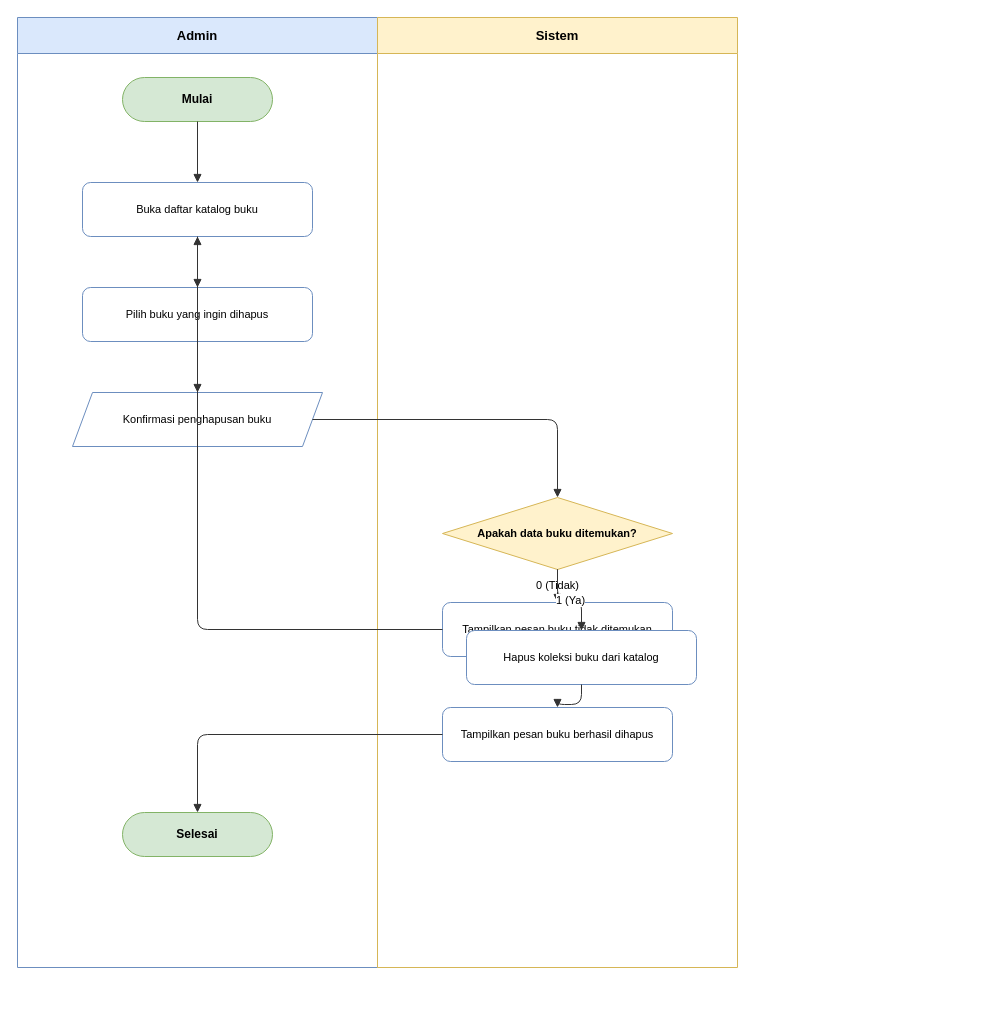
This is docs/diagrams/activity/activity-deletebook.drawio from dimstyle/ruang-baca, a draw.io file, before an edit. Source tidied: cells renumbered, new cells numbered last; positions are measured from the earlier drawing's top-left corner, leaving out a move shared by most shapes. Both pictures are drawn from the tidied source at 100%, with x=0, y=0 at pixel (17, 17).
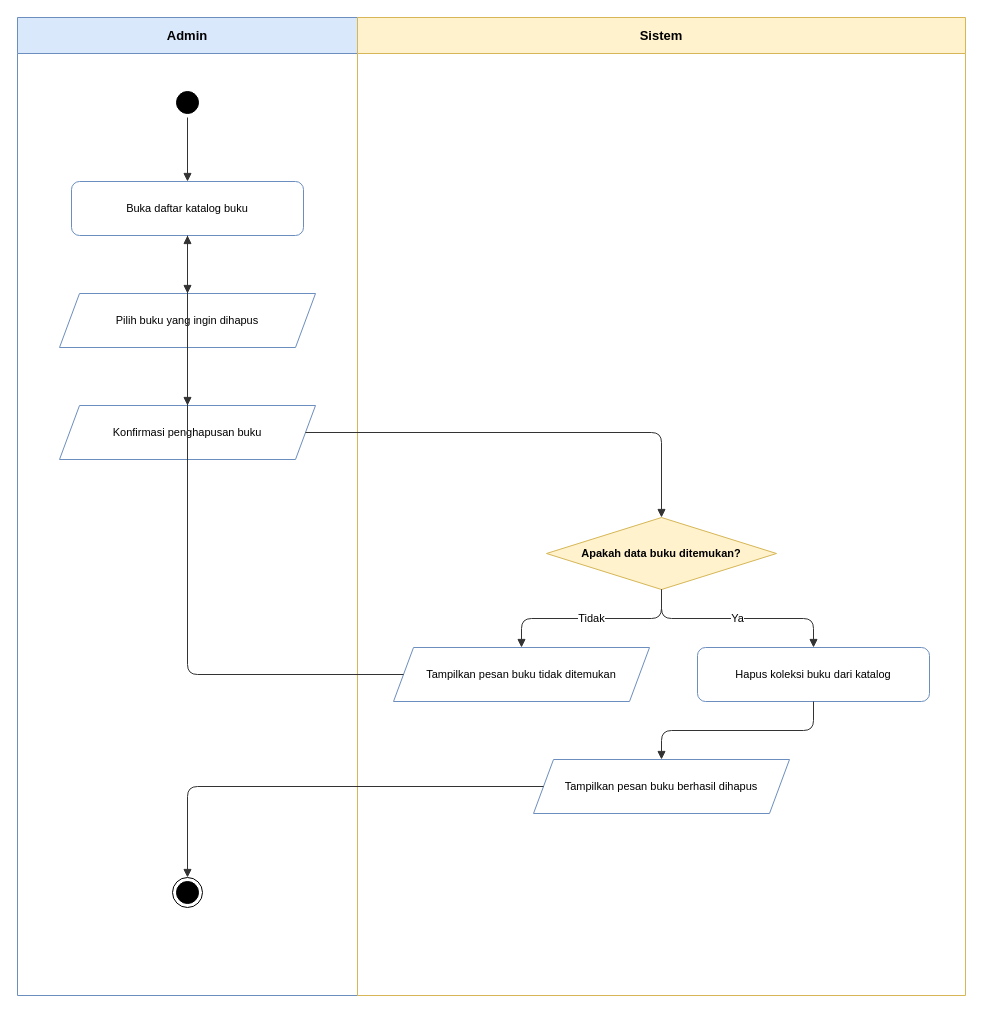
The same diagram, later.

The edit, as a diff of the source:
```diff
@@
     <mxCell id="2" value="Admin" style="swimlane;whiteSpace=wrap;html=1;startSize=36;fillColor=#dae8fc;strokeColor=#6c8ebf;fontStyle=1;fontSize=13;" parent="1" vertex="1">
-      <mxGeometry width="360" height="950" as="geometry" />
+      <mxGeometry width="340" height="978" as="geometry" />
     </mxCell>
     <mxCell id="3" value="Sistem" style="swimlane;whiteSpace=wrap;html=1;startSize=36;fillColor=#fff2cc;strokeColor=#d6b656;fontStyle=1;fontSize=13;" parent="1" vertex="1">
-      <mxGeometry x="360" width="360" height="950" as="geometry" />
+      <mxGeometry x="340" width="608" height="978" as="geometry" />
     </mxCell>
-    <mxCell id="4" value="Mulai" style="rounded=1;whiteSpace=wrap;html=1;arcSize=50;fillColor=#d5e8d4;strokeColor=#82b366;fontStyle=1;fontSize=12;" parent="2" vertex="1">
-      <mxGeometry x="105" y="60" width="150" height="44" as="geometry" />
+    <mxCell id="4" style="ellipse;html=1;shape=startState;fillColor=#000000;strokeColor=#000000;" parent="2" vertex="1">
+      <mxGeometry x="155" y="70" width="30" height="30" as="geometry" />
     </mxCell>
     <mxCell id="5" value="Buka daftar katalog buku" style="rounded=1;whiteSpace=wrap;html=1;fillColor=#ffffff;strokeColor=#6c8ebf;fontSize=11;" parent="2" vertex="1">
-      <mxGeometry x="65" y="165" width="230" height="54" as="geometry" />
+      <mxGeometry x="54" y="164" width="232" height="54" as="geometry" />
     </mxCell>
-    <mxCell id="6" value="Pilih buku yang ingin dihapus" style="rounded=1;whiteSpace=wrap;html=1;fillColor=#ffffff;strokeColor=#6c8ebf;fontSize=11;" parent="2" vertex="1">
-      <mxGeometry x="65" y="270" width="230" height="54" as="geometry" />
+    <mxCell id="6" value="Pilih buku yang ingin dihapus" style="shape=parallelogram;perimeter=parallelogramPerimeter;whiteSpace=wrap;html=1;fixedSize=1;fillColor=#ffffff;strokeColor=#6c8ebf;fontSize=11;" parent="2" vertex="1">
+      <mxGeometry x="42" y="276" width="256" height="54" as="geometry" />
     </mxCell>
     <mxCell id="7" value="Konfirmasi penghapusan buku" style="shape=parallelogram;perimeter=parallelogramPerimeter;whiteSpace=wrap;html=1;fixedSize=1;fillColor=#ffffff;strokeColor=#6c8ebf;fontSize=11;" parent="2" vertex="1">
-      <mxGeometry x="55" y="375" width="250" height="54" as="geometry" />
+      <mxGeometry x="42" y="388" width="256" height="54" as="geometry" />
     </mxCell>
-    <mxCell id="8" value="Selesai" style="rounded=1;whiteSpace=wrap;html=1;arcSize=50;fillColor=#d5e8d4;strokeColor=#82b366;fontStyle=1;fontSize=12;" parent="2" vertex="1">
-      <mxGeometry x="105" y="795" width="150" height="44" as="geometry" />
+    <mxCell id="8" style="ellipse;html=1;shape=endState;fillColor=#000000;strokeColor=#000000;" parent="2" vertex="1">
+      <mxGeometry x="155" y="860" width="30" height="30" as="geometry" />
     </mxCell>
     <mxCell id="9" value="Apakah data buku ditemukan?" style="rhombus;whiteSpace=wrap;html=1;fillColor=#fff2cc;strokeColor=#d6b656;fontStyle=1;fontSize=11;" parent="3" vertex="1">
-      <mxGeometry x="65" y="480" width="230" height="72" as="geometry" />
+      <mxGeometry x="189" y="500" width="230" height="72" as="geometry" />
     </mxCell>
-    <mxCell id="10" value="Tampilkan pesan buku tidak ditemukan" style="rounded=1;whiteSpace=wrap;html=1;fillColor=#ffffff;strokeColor=#6c8ebf;fontSize=11;" parent="3" vertex="1">
-      <mxGeometry x="65" y="585" width="230" height="54" as="geometry" />
+    <mxCell id="10" value="Tampilkan pesan buku tidak ditemukan" style="shape=parallelogram;perimeter=parallelogramPerimeter;whiteSpace=wrap;html=1;fixedSize=1;fillColor=#ffffff;strokeColor=#6c8ebf;fontSize=11;" parent="3" vertex="1">
+      <mxGeometry x="36" y="630" width="256" height="54" as="geometry" />
     </mxCell>
     <mxCell id="11" value="Hapus koleksi buku dari katalog" style="rounded=1;whiteSpace=wrap;html=1;fillColor=#ffffff;strokeColor=#6c8ebf;fontSize=11;" parent="3" vertex="1">
-      <mxGeometry x="89" y="613" width="230" height="54" as="geometry" />
+      <mxGeometry x="340" y="630" width="232" height="54" as="geometry" />
     </mxCell>
-    <mxCell id="12" value="Tampilkan pesan buku berhasil dihapus" style="rounded=1;whiteSpace=wrap;html=1;fillColor=#ffffff;strokeColor=#6c8ebf;fontSize=11;" parent="3" vertex="1">
-      <mxGeometry x="65" y="690" width="230" height="54" as="geometry" />
+    <mxCell id="12" value="Tampilkan pesan buku berhasil dihapus" style="shape=parallelogram;perimeter=parallelogramPerimeter;whiteSpace=wrap;html=1;fixedSize=1;fillColor=#ffffff;strokeColor=#6c8ebf;fontSize=11;" parent="3" vertex="1">
+      <mxGeometry x="176" y="742" width="256" height="54" as="geometry" />
     </mxCell>
@@
-    <mxCell id="17" value="0 (Tidak)" style="edgeStyle=orthogonalEdgeStyle;rounded=1;jettySize=auto;html=1;endArrow=block;endFill=1;strokeColor=#333333;fontSize=11;labelBackgroundColor=#ffffff;" parent="1" edge="1" source="9" target="10">
+    <mxCell id="17" value="Tidak" style="edgeStyle=orthogonalEdgeStyle;rounded=1;jettySize=auto;html=1;endArrow=block;endFill=1;strokeColor=#333333;fontSize=11;labelBackgroundColor=#ffffff;" parent="1" edge="1" source="9" target="10">
       <mxGeometry relative="1" as="geometry" />
     </mxCell>
@@
-    <mxCell id="19" value="1 (Ya)" style="edgeStyle=orthogonalEdgeStyle;rounded=1;jettySize=auto;html=1;endArrow=block;endFill=1;strokeColor=#333333;fontSize=11;labelBackgroundColor=#ffffff;" parent="1" edge="1" source="9" target="11">
+    <mxCell id="19" value="Ya" style="edgeStyle=orthogonalEdgeStyle;rounded=1;jettySize=auto;html=1;endArrow=block;endFill=1;strokeColor=#333333;fontSize=11;labelBackgroundColor=#ffffff;" parent="1" edge="1" source="9" target="11">
       <mxGeometry relative="1" as="geometry" />
     </mxCell>
```
